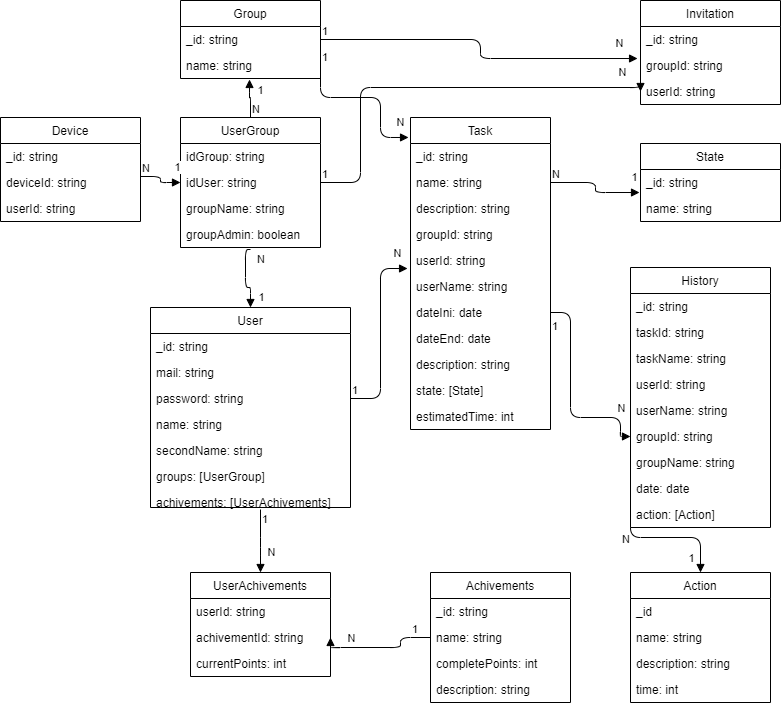
Earlier version of the draw.io export entregables/uml/uml.png (jojube95/piset). Source tidied: cells renumbered, new cells last; positions are measured from the earlier drawing's top-left corner, leaving out a move shared by most shapes.
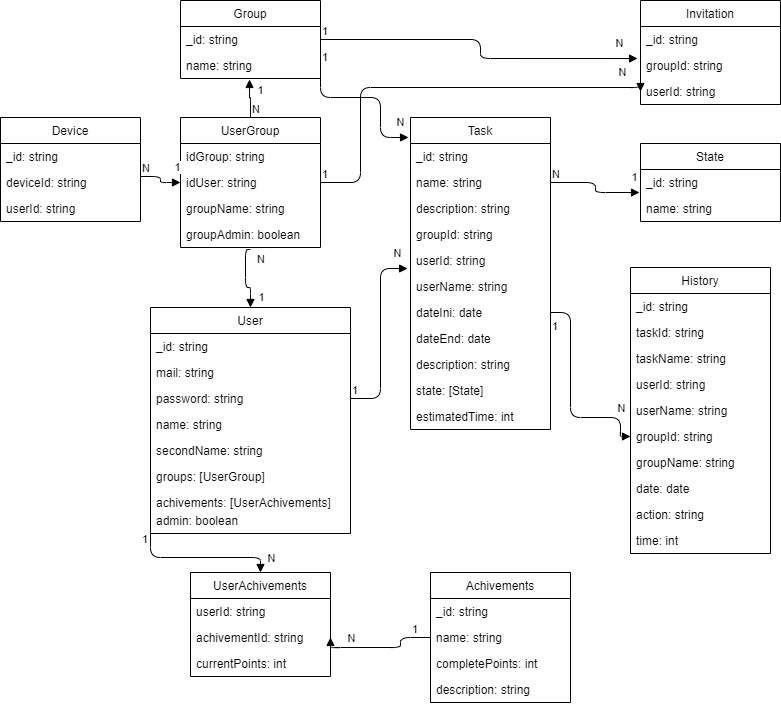
Later version of the same file.

Commit message:
Change data model for new uses cases

Diff of the diagram source:
```diff
@@ -35,7 +35,7 @@
       </mxGeometry>
     </mxCell>
     <mxCell id="12" value="User" style="swimlane;fontStyle=0;horizontal=1;startSize=26;fillColor=none;" parent="1" vertex="1">
-      <mxGeometry x="150" y="307" width="200" height="200" as="geometry" />
+      <mxGeometry x="150" y="307" width="200" height="226" as="geometry" />
     </mxCell>
     <mxCell id="13" value="_id: string" style="text;strokeColor=none;fillColor=none;align=left;verticalAlign=top;spacingLeft=4;spacingRight=4;overflow=hidden;" parent="12" vertex="1">
       <mxGeometry y="26" width="200" height="26" as="geometry" />
@@ -58,6 +58,9 @@
     <mxCell id="19" value="achivements: [UserAchivements]" style="text;strokeColor=none;fillColor=none;align=left;verticalAlign=top;spacingLeft=4;spacingRight=4;overflow=hidden;points=[[0,0.5],[1,0.5]];portConstraint=eastwest;" parent="12" vertex="1">
       <mxGeometry y="182" width="200" height="18" as="geometry" />
     </mxCell>
+    <mxCell id="101" value="admin: boolean" style="text;strokeColor=none;fillColor=none;align=left;verticalAlign=top;spacingLeft=4;spacingRight=4;overflow=hidden;points=[[0,0.5],[1,0.5]];portConstraint=eastwest;" parent="12" vertex="1">
+      <mxGeometry y="200" width="200" height="26" as="geometry" />
+    </mxCell>
     <mxCell id="20" value="UserGroup" style="swimlane;fontStyle=0;horizontal=1;startSize=26;fillColor=none;" parent="1" vertex="1">
       <mxGeometry x="180" y="117" width="140" height="130" as="geometry" />
     </mxCell>
@@ -217,7 +220,7 @@
       </mxGeometry>
     </mxCell>
     <mxCell id="62" value="History" style="swimlane;fontStyle=0;horizontal=1;startSize=26;fillColor=none;" parent="1" vertex="1">
-      <mxGeometry x="630" y="267" width="140" height="260" as="geometry" />
+      <mxGeometry x="630" y="267" width="140" height="286" as="geometry" />
     </mxCell>
     <mxCell id="63" value="_id: string" style="text;strokeColor=none;fillColor=none;align=left;verticalAlign=top;spacingLeft=4;spacingRight=4;overflow=hidden;" parent="62" vertex="1">
       <mxGeometry y="26" width="140" height="26" as="geometry" />
@@ -243,23 +246,11 @@
     <mxCell id="70" value="date: date" style="text;strokeColor=none;fillColor=none;align=left;verticalAlign=top;spacingLeft=4;spacingRight=4;overflow=hidden;" parent="62" vertex="1">
       <mxGeometry y="208" width="140" height="26" as="geometry" />
     </mxCell>
-    <mxCell id="71" value="action: [Action]" style="text;strokeColor=none;fillColor=none;align=left;verticalAlign=top;spacingLeft=4;spacingRight=4;overflow=hidden;points=[[0,0.5],[1,0.5]];portConstraint=eastwest;" parent="62" vertex="1">
+    <mxCell id="71" value="action: string" style="text;strokeColor=none;fillColor=none;align=left;verticalAlign=top;spacingLeft=4;spacingRight=4;overflow=hidden;points=[[0,0.5],[1,0.5]];portConstraint=eastwest;" parent="62" vertex="1">
       <mxGeometry y="234" width="140" height="26" as="geometry" />
     </mxCell>
-    <mxCell id="72" value="Action" style="swimlane;fontStyle=0;horizontal=1;startSize=26;fillColor=none;" parent="1" vertex="1">
-      <mxGeometry x="630" y="572" width="140" height="130" as="geometry" />
-    </mxCell>
-    <mxCell id="73" value="_id" style="text;strokeColor=none;fillColor=none;align=left;verticalAlign=top;spacingLeft=4;spacingRight=4;overflow=hidden;" parent="72" vertex="1">
-      <mxGeometry y="26" width="140" height="26" as="geometry" />
-    </mxCell>
-    <mxCell id="74" value="name: string" style="text;strokeColor=none;fillColor=none;align=left;verticalAlign=top;spacingLeft=4;spacingRight=4;overflow=hidden;" parent="72" vertex="1">
-      <mxGeometry y="52" width="140" height="26" as="geometry" />
-    </mxCell>
-    <mxCell id="75" value="description: string" style="text;strokeColor=none;fillColor=none;align=left;verticalAlign=top;spacingLeft=4;spacingRight=4;overflow=hidden;" parent="72" vertex="1">
-      <mxGeometry y="78" width="140" height="26" as="geometry" />
-    </mxCell>
-    <mxCell id="76" value="time: int" style="text;strokeColor=none;fillColor=none;align=left;verticalAlign=top;spacingLeft=4;spacingRight=4;overflow=hidden;" parent="72" vertex="1">
-      <mxGeometry y="104" width="140" height="26" as="geometry" />
+    <mxCell id="76" value="time: int" style="text;strokeColor=none;fillColor=none;align=left;verticalAlign=top;spacingLeft=4;spacingRight=4;overflow=hidden;" parent="62" vertex="1">
+      <mxGeometry y="260" width="140" height="26" as="geometry" />
     </mxCell>
     <mxCell id="77" value="UserAchivements" style="swimlane;fontStyle=0;horizontal=1;startSize=26;fillColor=none;" parent="1" vertex="1">
       <mxGeometry x="190" y="572" width="140" height="104" as="geometry" />
@@ -288,22 +279,22 @@
     <mxCell id="85" value="description: string" style="text;strokeColor=none;fillColor=none;align=left;verticalAlign=top;spacingLeft=4;spacingRight=4;overflow=hidden;" parent="81" vertex="1">
       <mxGeometry y="104" width="140" height="26" as="geometry" />
     </mxCell>
-    <mxCell id="86" style="endArrow=block;endFill=1;html=1;edgeStyle=orthogonalEdgeStyle;align=left;verticalAlign=top;entryX=0.5;entryY=0;entryDx=0;entryDy=0;exitX=0.55;exitY=1.111;exitDx=0;exitDy=0;exitPerimeter=0;" parent="1" edge="1" source="19" target="77">
+    <mxCell id="86" style="endArrow=block;endFill=1;html=1;edgeStyle=orthogonalEdgeStyle;align=left;verticalAlign=top;entryX=0.5;entryY=0;entryDx=0;entryDy=0;exitX=0;exitY=0.5;exitDx=0;exitDy=0;" parent="1" edge="1" source="101" target="77">
       <mxGeometry x="-1" relative="1" as="geometry">
         <Array as="points">
-          <mxPoint x="260" y="547" />
-          <mxPoint x="260" y="547" />
+          <mxPoint x="150" y="557" />
+          <mxPoint x="260" y="557" />
         </Array>
       </mxGeometry>
     </mxCell>
     <mxCell id="87" value="1" style="edgeLabel;html=1;align=left;verticalAlign=bottom;" parent="86" vertex="1">
       <mxGeometry x="-1" relative="1" as="geometry">
-        <mxPoint y="18" as="offset" />
+        <mxPoint x="-10" y="27" as="offset" />
       </mxGeometry>
     </mxCell>
     <mxCell id="88" value="N" style="edgeLabel;html=1;align=center;verticalAlign=middle;" parent="86" vertex="1">
       <mxGeometry x="0.89" y="-2" relative="1" as="geometry">
-        <mxPoint x="12" y="-17" as="offset" />
+        <mxPoint x="12" y="-6" as="offset" />
       </mxGeometry>
     </mxCell>
     <mxCell id="89" style="endArrow=block;endFill=1;html=1;edgeStyle=orthogonalEdgeStyle;align=left;verticalAlign=top;exitX=0;exitY=0.5;exitDx=0;exitDy=0;entryX=1;entryY=0.5;entryDx=0;entryDy=0;" parent="1" edge="1" source="83" target="79">
@@ -345,24 +336,6 @@
         <mxPoint x="2" y="-28" as="offset" />
       </mxGeometry>
     </mxCell>
-    <mxCell id="95" style="endArrow=block;endFill=1;html=1;edgeStyle=orthogonalEdgeStyle;align=left;verticalAlign=top;entryX=0.5;entryY=0;entryDx=0;entryDy=0;exitX=0;exitY=0.5;exitDx=0;exitDy=0;" parent="1" edge="1" source="71" target="72">
-      <mxGeometry x="-1" relative="1" as="geometry">
-        <Array as="points">
-          <mxPoint x="630" y="537" />
-          <mxPoint x="700" y="537" />
-        </Array>
-      </mxGeometry>
-    </mxCell>
-    <mxCell id="96" value="N" style="edgeLabel;html=1;align=left;verticalAlign=bottom;" parent="95" vertex="1">
-      <mxGeometry x="-1" relative="1" as="geometry">
-        <mxPoint x="-10" y="33" as="offset" />
-      </mxGeometry>
-    </mxCell>
-    <mxCell id="97" value="1" style="edgeLabel;html=1;align=center;verticalAlign=middle;" parent="95" vertex="1">
-      <mxGeometry x="0.89" y="-2" relative="1" as="geometry">
-        <mxPoint x="-8" y="-8" as="offset" />
-      </mxGeometry>
-    </mxCell>
     <mxCell id="98" style="endArrow=block;endFill=1;html=1;edgeStyle=orthogonalEdgeStyle;align=left;verticalAlign=top;exitX=1;exitY=0.5;exitDx=0;exitDy=0;entryX=-0.007;entryY=-0.115;entryDx=0;entryDy=0;entryPerimeter=0;" parent="1" edge="1" source="33" target="58">
       <mxGeometry x="-1" relative="1" as="geometry" />
     </mxCell>
```
